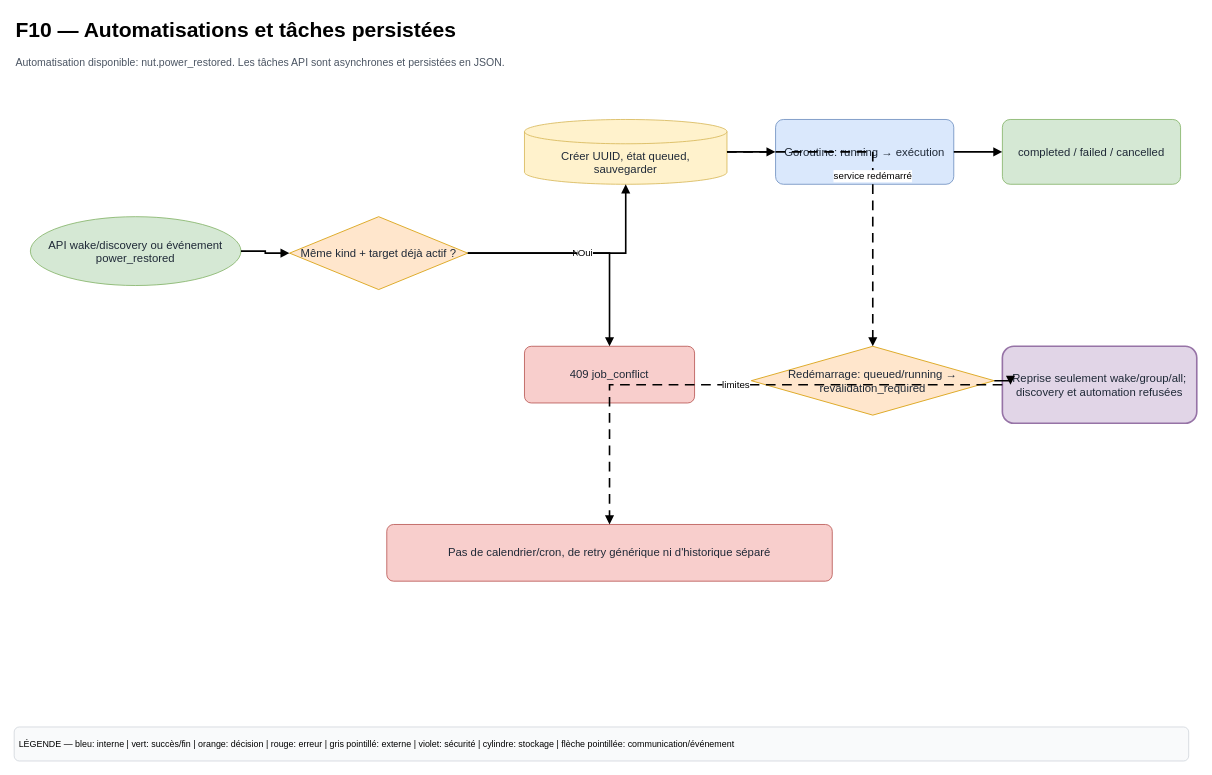
The draw.io diagram page "F10 — Automatisations et tâches" (10 of 13) of docs/diagrams/WoL-Manager-Fonctionnel.drawio in HaasGa-Factory/WOL-Manager, before the edit. Source tidied: cells renumbered, new cells numbered last; positions are measured from the earlier drawing's top-left corner, leaving out a move shared by most shapes. Both pictures are drawn from the tidied source at 81%, with x=0, y=0 at pixel (14, 14).
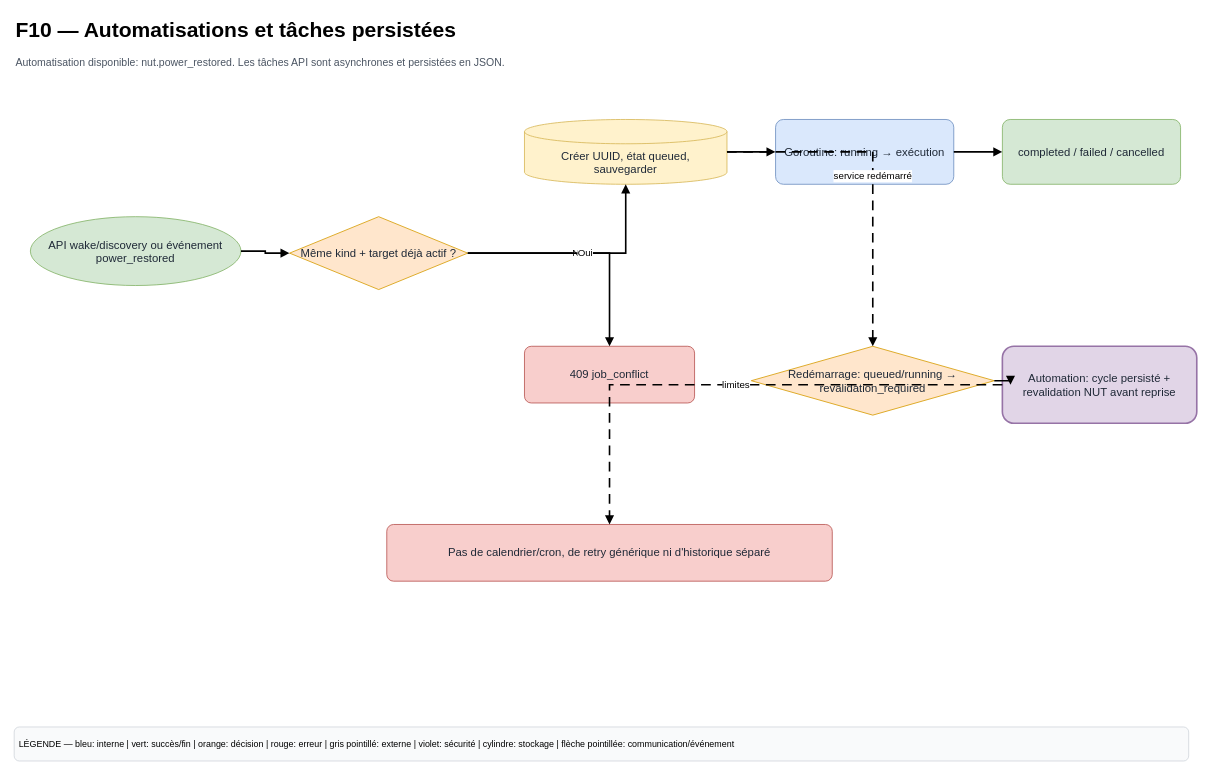
The same diagram, later.

Diff of the diagram source:
```diff
@@
-    <mxCell id="12" value="Reprise seulement wake/group/all; discovery et automation refusées" style="whiteSpace=wrap;html=1;fillColor=#e1d5e7;strokeColor=#9673a6;fontSize=14;fontColor=#1f2937;align=center;verticalAlign=middle;spacing=6;shadow=0;rounded=1;strokeWidth=2;" parent="1" vertex="1">
+    <mxCell id="12" value="Automation: cycle persisté + revalidation NUT avant reprise" style="whiteSpace=wrap;html=1;fillColor=#e1d5e7;strokeColor=#9673a6;fontSize=14;fontColor=#1f2937;align=center;verticalAlign=middle;spacing=6;shadow=0;rounded=1;strokeWidth=2;" parent="1" vertex="1">
       <mxGeometry x="1220" y="410" width="240" height="95" as="geometry" />
     </mxCell>
```
